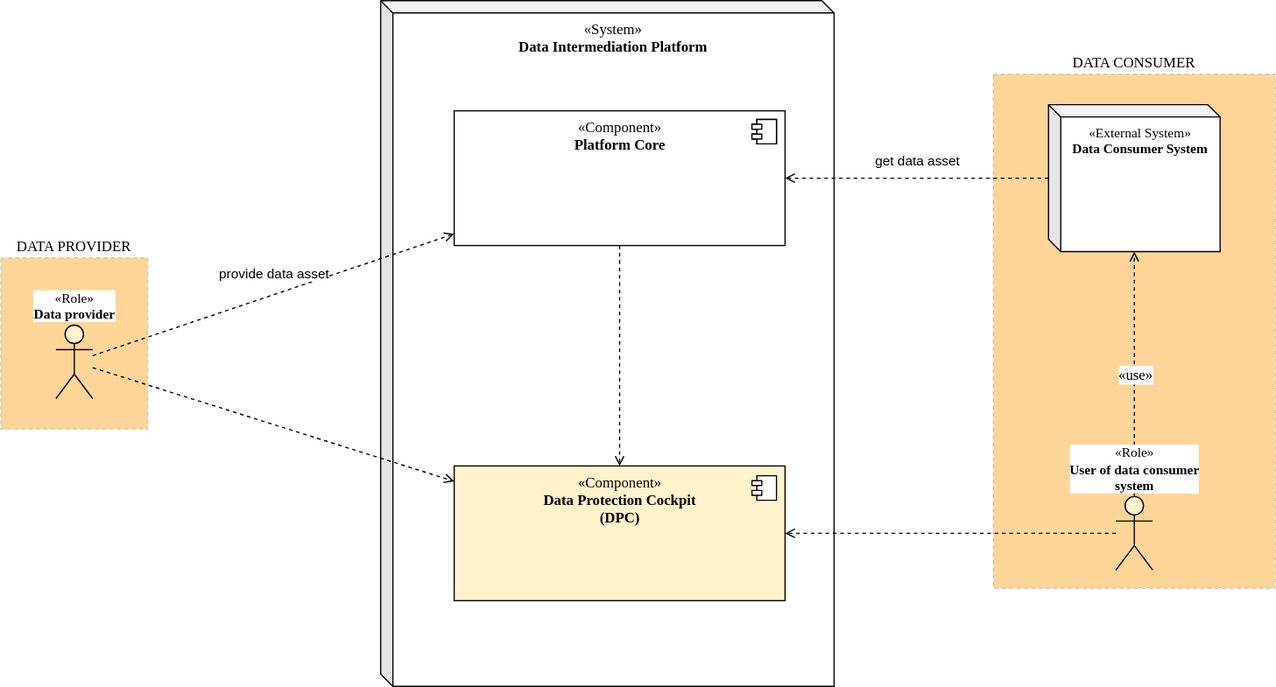
Above: docs/Realisierung/Architekturkonzept/images/diagram_decomposition-1.svg in Fraunhofer-IESE/Daccord (draw.io), before the change. Source tidied: cells renumbered, new cells last; positions are measured from the earlier drawing's top-left corner, leaving out a move shared by most shapes.
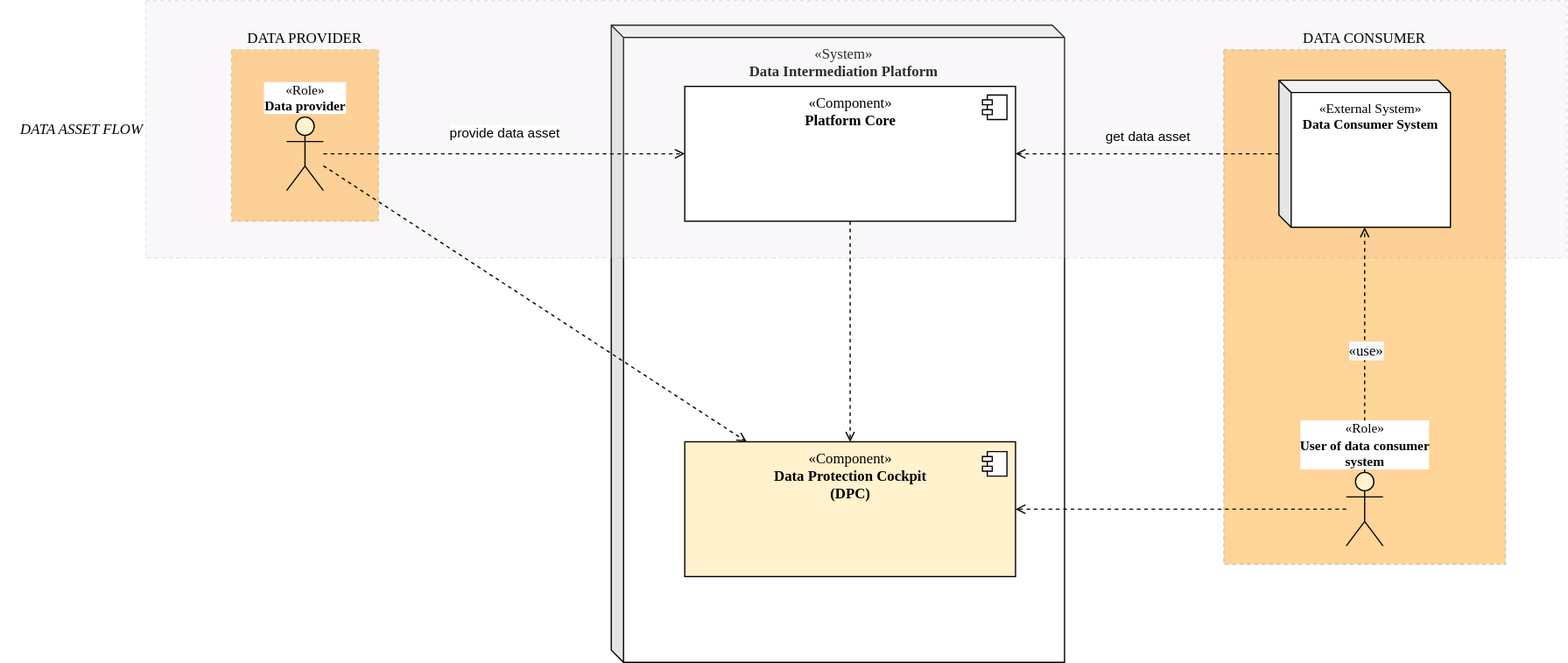
After the commit.

The edit, as a diff of the source:
```diff
@@ -3,72 +3,75 @@
     <mxCell id="0" />
     <mxCell id="1" parent="0" />
     <mxCell id="2" value="&lt;font&gt;&lt;span class=&quot;char&quot;&gt;&lt;span class=&quot;vchar&quot; id=&quot;char-node&quot;&gt;«System&lt;/span&gt;&lt;/span&gt;&lt;span class=&quot;char&quot;&gt;&lt;span class=&quot;vchar&quot; id=&quot;char-node&quot;&gt;»&lt;br&gt;&lt;div&gt;&lt;b&gt;Data Intermediation Platform&lt;/b&gt;&lt;/div&gt;&lt;/span&gt;&lt;/span&gt;&lt;/font&gt;" style="shape=cube;whiteSpace=wrap;html=1;boundedLbl=1;backgroundOutline=1;darkOpacity=0.05;darkOpacity2=0.1;size=10;align=center;verticalAlign=top;fontFamily=Verdana;" parent="1" vertex="1">
-      <mxGeometry x="310" width="370" height="560" as="geometry" />
+      <mxGeometry x="310" y="40" width="370" height="520" as="geometry" />
     </mxCell>
-    <mxCell id="3" value="DATA PROVIDER" style="rounded=0;whiteSpace=wrap;html=1;strokeColor=#82b366;strokeWidth=1;fontFamily=Verdana;fontSize=12;align=center;fillColor=#FF9500;dashed=1;verticalAlign=bottom;labelPosition=center;verticalLabelPosition=top;spacingLeft=0;fillStyle=auto;opacity=40;" parent="1" vertex="1">
-      <mxGeometry y="210" width="120" height="140" as="geometry" />
+    <mxCell id="3" value="DATA ASSET FLOW" style="rounded=0;whiteSpace=wrap;html=1;strokeColor=#9673a6;strokeWidth=1;fontFamily=Verdana;fontSize=12;align=right;fillColor=#e1d5e7;dashed=1;verticalAlign=middle;labelPosition=left;verticalLabelPosition=middle;spacingLeft=0;opacity=20;labelBackgroundColor=default;fontStyle=2;" parent="1" vertex="1">
+      <mxGeometry x="-70" y="20" width="1160" height="210" as="geometry" />
     </mxCell>
-    <mxCell id="4" value="DATA CONSUMER" style="rounded=0;whiteSpace=wrap;html=1;strokeColor=#6c8ebf;strokeWidth=1;fontFamily=Verdana;fontSize=12;align=center;fillColor=#FF9500;dashed=1;verticalAlign=bottom;labelPosition=center;verticalLabelPosition=top;spacingLeft=0;fillStyle=auto;opacity=40;" parent="1" vertex="1">
-      <mxGeometry x="810" y="60" width="230" height="420" as="geometry" />
+    <mxCell id="4" value="DATA PROVIDER" style="rounded=0;whiteSpace=wrap;html=1;strokeColor=#82b366;strokeWidth=1;fontFamily=Verdana;fontSize=12;align=center;fillColor=#FF9500;dashed=1;verticalAlign=bottom;labelPosition=center;verticalLabelPosition=top;spacingLeft=0;fillStyle=auto;opacity=40;" parent="1" vertex="1">
+      <mxGeometry y="60" width="120" height="140" as="geometry" />
     </mxCell>
-    <mxCell id="5" value="&lt;font&gt;«Component»&lt;br&gt;&lt;b&gt;Data Protection Cockpit&lt;/b&gt;&lt;/font&gt;&lt;div&gt;&lt;font&gt;&lt;b&gt;(DPC)&lt;/b&gt;&lt;/font&gt;&lt;/div&gt;" style="html=1;verticalAlign=top;fillColor=#fff2cc;fontFamily=Verdana;" parent="1" vertex="1">
-      <mxGeometry x="370" y="380" width="270" height="110" as="geometry" />
+    <mxCell id="5" value="DATA CONSUMER" style="rounded=0;whiteSpace=wrap;html=1;strokeColor=#6c8ebf;strokeWidth=1;fontFamily=Verdana;fontSize=12;align=center;fillColor=#FF9500;dashed=1;verticalAlign=bottom;labelPosition=center;verticalLabelPosition=top;spacingLeft=0;fillStyle=auto;opacity=40;" parent="1" vertex="1">
+      <mxGeometry x="810" y="60" width="230" height="420" as="geometry" />
     </mxCell>
-    <mxCell id="6" value="&lt;font&gt;«Component»&lt;br&gt;&lt;b&gt;Platform Core&lt;/b&gt;&lt;/font&gt;" style="html=1;verticalAlign=top;fontFamily=Verdana;" parent="1" vertex="1">
-      <mxGeometry x="370" y="90" width="270" height="110" as="geometry" />
+    <mxCell id="6" value="&lt;font&gt;«Component»&lt;br&gt;&lt;b&gt;Data Protection Cockpit&lt;/b&gt;&lt;/font&gt;&lt;div&gt;&lt;font&gt;&lt;b&gt;(DPC)&lt;/b&gt;&lt;/font&gt;&lt;/div&gt;" style="html=1;verticalAlign=top;fillColor=#fff2cc;fontFamily=Verdana;" parent="1" vertex="1">
+      <mxGeometry x="370" y="380" width="270" height="110" as="geometry" />
     </mxCell>
-    <mxCell id="7" style="shape=component;jettyWidth=8;jettyHeight=4;fontFamily=Verdana;" parent="6" vertex="1">
-      <mxGeometry x="1" width="20" height="20" relative="1" as="geometry">
-        <mxPoint x="-27" y="7" as="offset" />
-      </mxGeometry>
+    <mxCell id="7" value="&lt;font&gt;&lt;span class=&quot;char&quot;&gt;&lt;span id=&quot;char-node&quot; class=&quot;vchar&quot;&gt;«External System&lt;/span&gt;&lt;/span&gt;&lt;span class=&quot;char&quot;&gt;&lt;span id=&quot;char-node&quot; class=&quot;vchar&quot;&gt;»&lt;br&gt;&lt;div&gt;&lt;b&gt;Data Consumer System&lt;/b&gt;&lt;/div&gt;&lt;/span&gt;&lt;/span&gt;&lt;/font&gt;" style="shape=cube;whiteSpace=wrap;html=1;boundedLbl=1;backgroundOutline=1;darkOpacity=0.05;darkOpacity2=0.1;size=10;align=center;verticalAlign=top;fontFamily=Verdana;fontSize=11;labelBackgroundColor=none;" parent="1" vertex="1">
+      <mxGeometry x="855" y="85" width="140" height="120" as="geometry" />
     </mxCell>
-    <mxCell id="8" value="&lt;font&gt;&lt;span class=&quot;char&quot;&gt;&lt;span id=&quot;char-node&quot; class=&quot;vchar&quot;&gt;«External System&lt;/span&gt;&lt;/span&gt;&lt;span class=&quot;char&quot;&gt;&lt;span id=&quot;char-node&quot; class=&quot;vchar&quot;&gt;»&lt;br&gt;&lt;div&gt;&lt;b&gt;Data Consumer System&lt;/b&gt;&lt;/div&gt;&lt;/span&gt;&lt;/span&gt;&lt;/font&gt;" style="shape=cube;whiteSpace=wrap;html=1;boundedLbl=1;backgroundOutline=1;darkOpacity=0.05;darkOpacity2=0.1;size=10;align=center;verticalAlign=top;fontFamily=Verdana;fontSize=11;labelBackgroundColor=none;" parent="1" vertex="1">
-      <mxGeometry x="855" y="85" width="140" height="120" as="geometry" />
+    <mxCell id="8" style="endArrow=open;html=1;fillColor=#000000;fontFamily=Verdana;fontSize=12;endFill=0;dashed=1;rounded=0;strokeColor=default;align=center;verticalAlign=middle;fontColor=default;labelBackgroundColor=default;" parent="1" edge="1" source="7" target="21">
+      <mxGeometry relative="1" as="geometry" />
     </mxCell>
-    <mxCell id="9" style="endArrow=open;html=1;fillColor=#000000;fontFamily=Verdana;fontSize=12;endFill=0;dashed=1;rounded=0;strokeColor=default;align=center;verticalAlign=middle;fontColor=default;labelBackgroundColor=default;" parent="1" edge="1" source="8" target="6">
-      <mxGeometry relative="1" as="geometry" />
+    <mxCell id="9" value="get data asset" style="edgeLabel;html=1;align=center;verticalAlign=middle;" parent="8" vertex="1">
+      <mxGeometry relative="1" as="geometry">
+        <mxPoint y="-15" as="offset" />
+      </mxGeometry>
     </mxCell>
-    <mxCell id="10" value="get data asset" style="edgeLabel;html=1;align=center;verticalAlign=middle;" parent="9" vertex="1">
-      <mxGeometry relative="1" as="geometry">
-        <mxPoint y="-15" as="offset" />
-      </mxGeometry>
+    <mxCell id="10" style="endArrow=open;html=1;fillColor=#000000;fontFamily=Verdana;fontSize=12;endFill=0;dashed=1;rounded=0;strokeColor=default;align=center;verticalAlign=middle;fontColor=default;labelBackgroundColor=default;" parent="1" edge="1" source="15" target="7">
+      <mxGeometry relative="1" as="geometry" />
     </mxCell>
-    <mxCell id="11" style="endArrow=open;html=1;fillColor=#000000;fontFamily=Verdana;fontSize=12;endFill=0;dashed=1;rounded=0;strokeColor=default;align=center;verticalAlign=middle;fontColor=default;labelBackgroundColor=default;" parent="1" edge="1" source="16" target="8">
+    <mxCell id="11" value="&lt;span style=&quot;font-size: 12px; background-color: rgb(248, 249, 250);&quot;&gt;«use»&lt;/span&gt;" style="edgeLabel;html=1;align=center;verticalAlign=middle;fontFamily=Verdana;fontSize=11;fontColor=default;labelBackgroundColor=default;" parent="10" vertex="1">
       <mxGeometry relative="1" as="geometry" />
     </mxCell>
-    <mxCell id="12" value="&lt;span style=&quot;font-size: 12px; background-color: rgb(248, 249, 250);&quot;&gt;«use»&lt;/span&gt;" style="edgeLabel;html=1;align=center;verticalAlign=middle;fontFamily=Verdana;fontSize=11;fontColor=default;labelBackgroundColor=default;" parent="11" vertex="1">
-      <mxGeometry relative="1" as="geometry" />
+    <mxCell id="12" value="&lt;span class=&quot;char&quot; style=&quot;&quot;&gt;&lt;span class=&quot;vchar&quot; id=&quot;char-node&quot;&gt;«Role&lt;/span&gt;&lt;/span&gt;&lt;span class=&quot;char&quot; style=&quot;&quot;&gt;&lt;span class=&quot;vchar&quot; id=&quot;char-node&quot;&gt;»&lt;br&gt;&lt;div&gt;&lt;b&gt;Data provider&lt;/b&gt;&lt;/div&gt;&lt;/span&gt;&lt;/span&gt;" style="shape=umlActor;verticalLabelPosition=top;verticalAlign=bottom;html=1;outlineConnect=0;fillColor=#fff2cc;fontFamily=Verdana;fontSize=11;fontColor=default;labelBackgroundColor=default;labelPosition=center;align=center;" parent="1" vertex="1">
+      <mxGeometry x="45" y="115" width="30" height="60" as="geometry" />
     </mxCell>
-    <mxCell id="13" value="&lt;span class=&quot;char&quot; style=&quot;&quot;&gt;&lt;span class=&quot;vchar&quot; id=&quot;char-node&quot;&gt;«Role&lt;/span&gt;&lt;/span&gt;&lt;span class=&quot;char&quot; style=&quot;&quot;&gt;&lt;span class=&quot;vchar&quot; id=&quot;char-node&quot;&gt;»&lt;br&gt;&lt;div&gt;&lt;b&gt;Data provider&lt;/b&gt;&lt;/div&gt;&lt;/span&gt;&lt;/span&gt;" style="shape=umlActor;verticalLabelPosition=top;verticalAlign=bottom;html=1;outlineConnect=0;fillColor=#fff2cc;fontFamily=Verdana;fontSize=11;fontColor=default;labelBackgroundColor=default;labelPosition=center;align=center;" parent="1" vertex="1">
-      <mxGeometry x="45" y="265" width="30" height="60" as="geometry" />
+    <mxCell id="13" style="endArrow=open;html=1;fillColor=#000000;fontFamily=Verdana;fontSize=12;endFill=0;dashed=1;rounded=0;strokeColor=default;align=center;verticalAlign=middle;fontColor=default;labelBackgroundColor=default;" parent="1" edge="1" source="12" target="21">
+      <mxGeometry relative="1" as="geometry" />
     </mxCell>
-    <mxCell id="14" style="endArrow=open;html=1;fillColor=#000000;fontFamily=Verdana;fontSize=12;endFill=0;dashed=1;rounded=0;strokeColor=default;align=center;verticalAlign=middle;fontColor=default;labelBackgroundColor=default;" parent="1" edge="1" source="13" target="6">
-      <mxGeometry relative="1" as="geometry" />
+    <mxCell id="14" value="provide data asset" style="edgeLabel;html=1;align=center;verticalAlign=middle;" parent="13" vertex="1">
+      <mxGeometry y="-1" relative="1" as="geometry">
+        <mxPoint y="-19" as="offset" />
+      </mxGeometry>
     </mxCell>
-    <mxCell id="15" value="provide data asset" style="edgeLabel;html=1;align=center;verticalAlign=middle;points=[];" parent="14" vertex="1">
-      <mxGeometry y="-1" relative="1" as="geometry">
-        <mxPoint y="-19" as="offset" />
-      </mxGeometry>
+    <mxCell id="15" value="&lt;span class=&quot;char&quot; style=&quot;&quot;&gt;&lt;span class=&quot;vchar&quot; id=&quot;char-node&quot;&gt;«Role&lt;/span&gt;&lt;/span&gt;&lt;span class=&quot;char&quot; style=&quot;&quot;&gt;&lt;span class=&quot;vchar&quot; id=&quot;char-node&quot;&gt;»&lt;br&gt;&lt;div&gt;&lt;b&gt;User of data consumer&lt;/b&gt;&lt;/div&gt;&lt;div&gt;&lt;b&gt;system&lt;/b&gt;&lt;/div&gt;&lt;/span&gt;&lt;/span&gt;" style="shape=umlActor;verticalLabelPosition=top;verticalAlign=bottom;html=1;outlineConnect=0;fillColor=#fff2cc;fontFamily=Verdana;fontSize=11;fontColor=default;labelBackgroundColor=default;labelPosition=center;align=center;" parent="1" vertex="1">
+      <mxGeometry x="910" y="405" width="30" height="60" as="geometry" />
     </mxCell>
-    <mxCell id="16" value="&lt;span class=&quot;char&quot; style=&quot;&quot;&gt;&lt;span class=&quot;vchar&quot; id=&quot;char-node&quot;&gt;«Role&lt;/span&gt;&lt;/span&gt;&lt;span class=&quot;char&quot; style=&quot;&quot;&gt;&lt;span class=&quot;vchar&quot; id=&quot;char-node&quot;&gt;»&lt;br&gt;&lt;div&gt;&lt;b&gt;User of data consumer&lt;/b&gt;&lt;/div&gt;&lt;div&gt;&lt;b&gt;system&lt;/b&gt;&lt;/div&gt;&lt;/span&gt;&lt;/span&gt;" style="shape=umlActor;verticalLabelPosition=top;verticalAlign=bottom;html=1;outlineConnect=0;fillColor=#fff2cc;fontFamily=Verdana;fontSize=11;fontColor=default;labelBackgroundColor=default;labelPosition=center;align=center;" parent="1" vertex="1">
-      <mxGeometry x="910" y="405" width="30" height="60" as="geometry" />
+    <mxCell id="16" style="endArrow=open;html=1;fillColor=#f8cecc;fontFamily=Verdana;fontSize=12;endFill=0;dashed=1;rounded=0;strokeColor=#000000;align=center;verticalAlign=middle;fontColor=#ff0000;labelBackgroundColor=default;" parent="1" edge="1" source="21">
+      <mxGeometry relative="1" as="geometry">
+        <mxPoint x="505" y="380" as="targetPoint" />
+      </mxGeometry>
     </mxCell>
-    <mxCell id="17" style="endArrow=open;html=1;fillColor=#f8cecc;fontFamily=Verdana;fontSize=12;endFill=0;dashed=1;rounded=0;strokeColor=#000000;align=center;verticalAlign=middle;fontColor=#ff0000;labelBackgroundColor=default;" parent="1" edge="1" source="6">
-      <mxGeometry relative="1" as="geometry">
-        <mxPoint x="505" y="380" as="targetPoint" />
-      </mxGeometry>
+    <mxCell id="17" style="endArrow=open;html=1;fillColor=#000000;fontFamily=Verdana;fontSize=12;endFill=0;dashed=1;rounded=0;strokeColor=default;align=center;verticalAlign=middle;fontColor=default;labelBackgroundColor=default;" parent="1" edge="1" source="12" target="6">
+      <mxGeometry relative="1" as="geometry" />
     </mxCell>
-    <mxCell id="18" style="endArrow=open;html=1;fillColor=#000000;fontFamily=Verdana;fontSize=12;endFill=0;dashed=1;rounded=0;strokeColor=default;align=center;verticalAlign=middle;fontColor=default;labelBackgroundColor=default;" parent="1" edge="1" source="13" target="5">
+    <mxCell id="18" style="endArrow=open;html=1;fillColor=#000000;fontFamily=Verdana;fontSize=12;endFill=0;dashed=1;rounded=0;strokeColor=default;align=center;verticalAlign=middle;fontColor=default;labelBackgroundColor=default;" parent="1" edge="1" source="15" target="6">
       <mxGeometry relative="1" as="geometry" />
     </mxCell>
-    <mxCell id="19" style="endArrow=open;html=1;fillColor=#000000;fontFamily=Verdana;fontSize=12;endFill=0;dashed=1;rounded=0;strokeColor=default;align=center;verticalAlign=middle;fontColor=default;labelBackgroundColor=default;" parent="1" edge="1" source="16" target="5">
-      <mxGeometry relative="1" as="geometry" />
+    <mxCell id="19" style="shape=component;jettyWidth=8;jettyHeight=4;fontFamily=Verdana;" parent="1" vertex="1">
+      <mxGeometry x="613" y="97" width="20" height="20" as="geometry" />
     </mxCell>
     <mxCell id="20" style="shape=component;jettyWidth=8;jettyHeight=4;fontFamily=Verdana;" parent="1" vertex="1">
-      <mxGeometry x="613" y="97" width="20" height="20" as="geometry" />
+      <mxGeometry x="613" y="388" width="20" height="20" as="geometry" />
     </mxCell>
-    <mxCell id="21" style="shape=component;jettyWidth=8;jettyHeight=4;fontFamily=Verdana;" parent="1" vertex="1">
-      <mxGeometry x="613" y="388" width="20" height="20" as="geometry" />
+    <mxCell id="21" value="&lt;font&gt;«Component»&lt;br&gt;&lt;b&gt;Platform Core&lt;/b&gt;&lt;/font&gt;" style="html=1;verticalAlign=top;fontFamily=Verdana;" parent="1" vertex="1">
+      <mxGeometry x="370" y="90" width="270" height="110" as="geometry" />
     </mxCell>
+    <mxCell id="22" style="shape=component;jettyWidth=8;jettyHeight=4;fontFamily=Verdana;" parent="21" vertex="1">
+      <mxGeometry x="1" width="20" height="20" relative="1" as="geometry">
+        <mxPoint x="-27" y="7" as="offset" />
+      </mxGeometry>
+    </mxCell>
   </root>
 </mxGraphModel>
```
